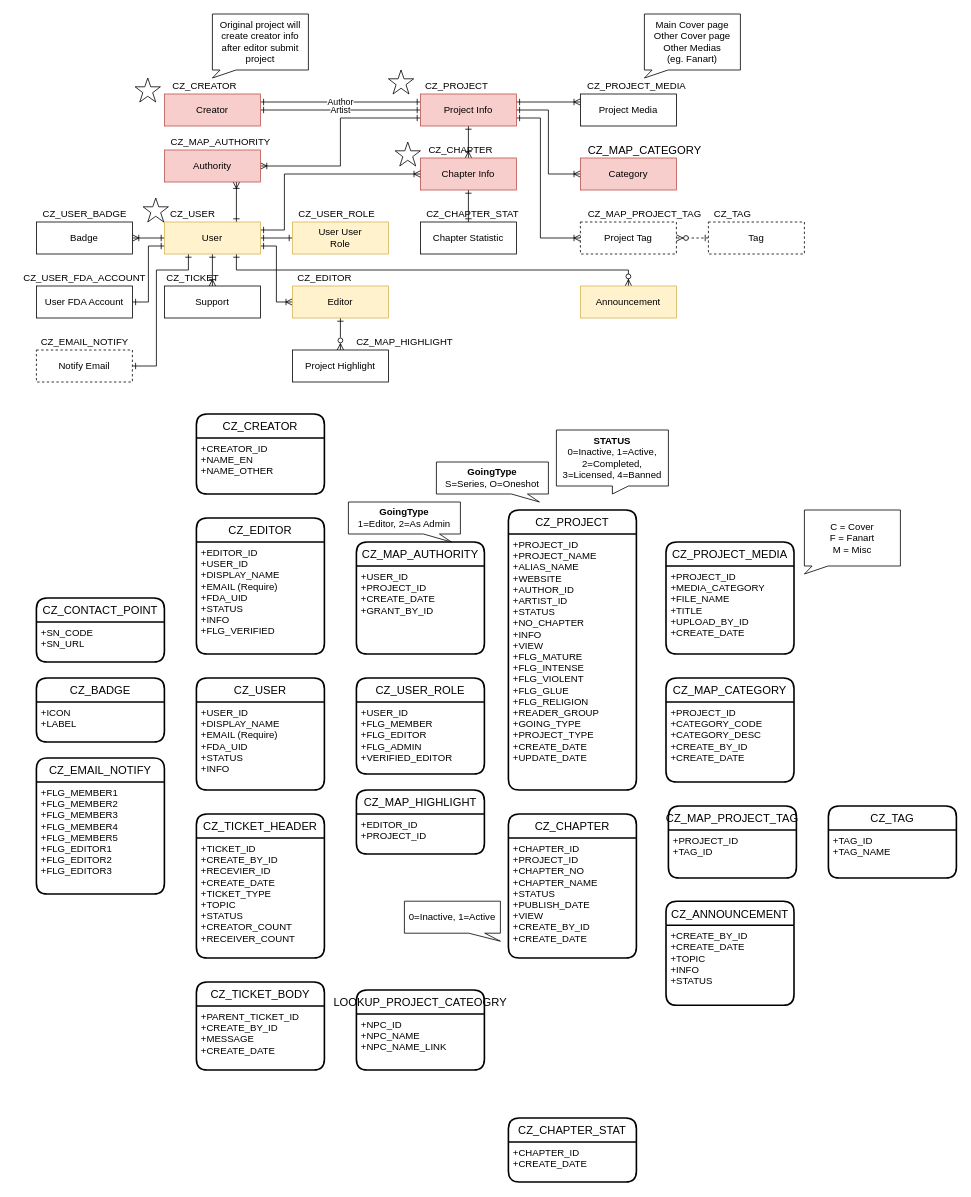
Before: page "ER" (4 of 5) of Untitled Diagram.drawio in clazclaz/demo_git, a draw.io diagram. Source tidied: cells renumbered, new cells numbered last; positions are measured from the earlier drawing's top-left corner, leaving out a move shared by most shapes. Both pictures are drawn from the tidied source at 80%, with x=0, y=0 at pixel (16, 14).
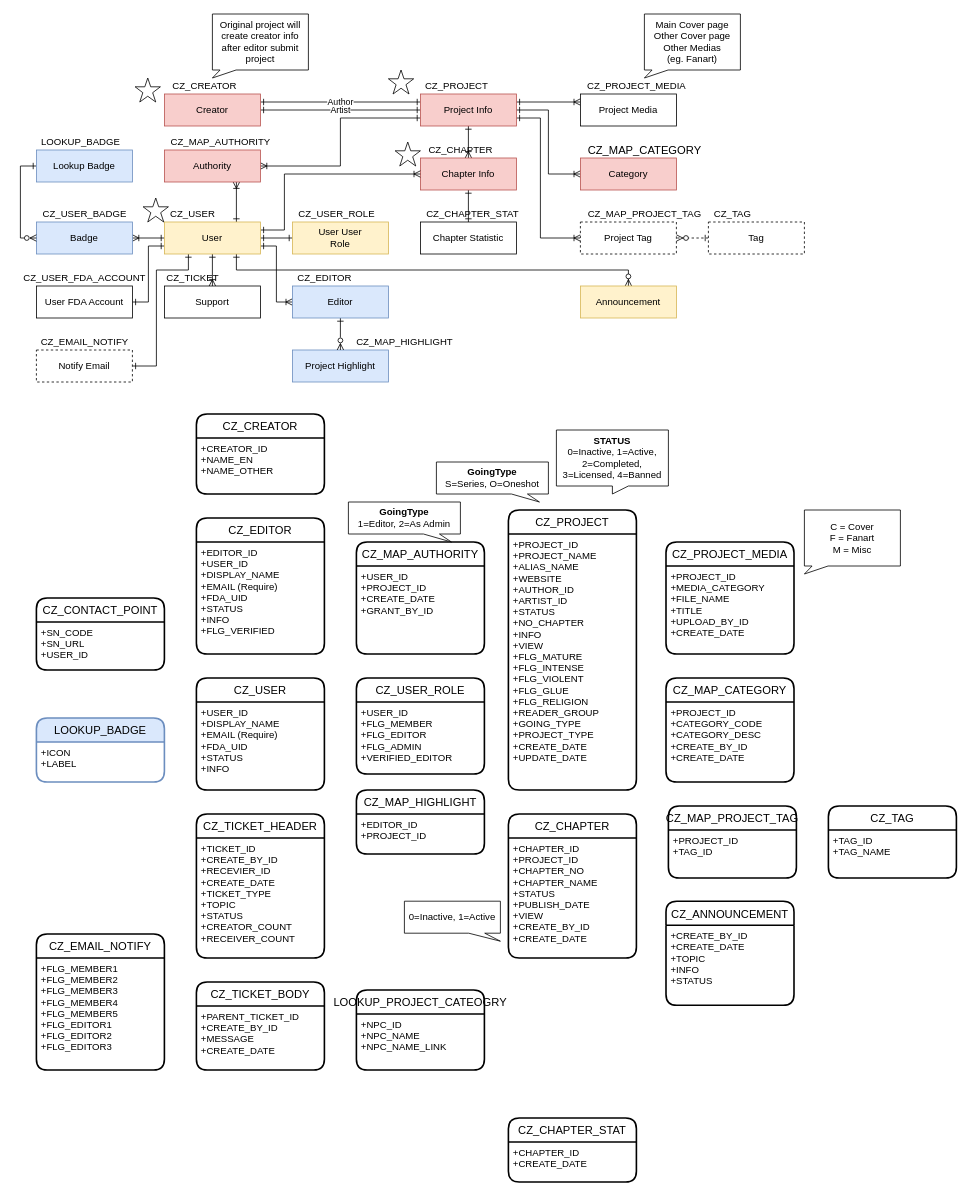
After the change.

Change to the diagram source:
```diff
@@
-    <mxCell id="30" value="Badge" style="rounded=0;whiteSpace=wrap;html=1;" parent="1" vertex="1">
+    <mxCell id="30" value="Badge" style="rounded=0;whiteSpace=wrap;html=1;fillColor=#dae8fc;strokeColor=#6c8ebf;" parent="1" vertex="1">
       <mxGeometry x="25" y="260" width="120" height="40" as="geometry" />
     </mxCell>
@@
-    <mxCell id="33" value="Project Highlight" style="rounded=0;whiteSpace=wrap;html=1;" parent="1" vertex="1">
+    <mxCell id="33" value="Project Highlight" style="rounded=0;whiteSpace=wrap;html=1;fillColor=#dae8fc;strokeColor=#6c8ebf;" parent="1" vertex="1">
       <mxGeometry x="345" y="420" width="120" height="40" as="geometry" />
     </mxCell>
@@
-    <mxCell id="43" value="CZ_BADGE" style="swimlane;horizontal=1;startSize=30;rounded=1;fontSize=14;fontStyle=0;strokeWidth=2;shadow=0;dashed=0;align=center;" parent="1" vertex="1">
-      <mxGeometry x="25" y="830" width="160" height="80" as="geometry" />
+    <mxCell id="43" value="LOOKUP_BADGE" style="swimlane;horizontal=1;startSize=30;rounded=1;fontSize=14;fontStyle=0;strokeWidth=2;shadow=0;dashed=0;align=center;fillColor=#dae8fc;strokeColor=#6c8ebf;" parent="1" vertex="1">
+      <mxGeometry x="25" y="880" width="160" height="80" as="geometry" />
     </mxCell>
@@
     <mxCell id="45" value="CZ_CONTACT_POINT" style="swimlane;horizontal=1;startSize=30;rounded=1;fontSize=14;fontStyle=0;strokeWidth=2;shadow=0;dashed=0;align=center;" parent="1" vertex="1">
-      <mxGeometry x="25" y="730" width="160" height="80" as="geometry" />
+      <mxGeometry x="25" y="730" width="160" height="90" as="geometry" />
     </mxCell>
-    <mxCell id="46" value="+SN_CODE&#10;+SN_URL" style="align=left;strokeColor=none;fillColor=none;spacingLeft=4;fontSize=12;verticalAlign=top;" parent="45" vertex="1">
-      <mxGeometry y="30" width="160" height="50" as="geometry" />
+    <mxCell id="46" value="+SN_CODE&#10;+SN_URL&#10;+USER_ID" style="align=left;strokeColor=none;fillColor=none;spacingLeft=4;fontSize=12;verticalAlign=top;" parent="45" vertex="1">
+      <mxGeometry y="30" width="160" height="60" as="geometry" />
     </mxCell>
@@
     <mxCell id="48" value="CZ_EMAIL_NOTIFY" style="swimlane;horizontal=1;startSize=30;rounded=1;fontSize=14;fontStyle=0;strokeWidth=2;shadow=0;dashed=0;align=center;" parent="1" vertex="1">
-      <mxGeometry x="25" y="930" width="160" height="170" as="geometry" />
+      <mxGeometry x="25" y="1150" width="160" height="170" as="geometry" />
     </mxCell>
@@
-    <mxCell id="99" value="Editor" style="rounded=0;whiteSpace=wrap;html=1;fillColor=#fff2cc;strokeColor=#d6b656;" parent="1" vertex="1">
+    <mxCell id="99" value="Editor" style="rounded=0;whiteSpace=wrap;html=1;fillColor=#dae8fc;strokeColor=#6c8ebf;" parent="1" vertex="1">
       <mxGeometry x="345" y="340" width="120" height="40" as="geometry" />
     </mxCell>
@@
+    <mxCell id="107" style="edgeStyle=orthogonalEdgeStyle;rounded=0;jettySize=auto;html=1;exitX=0;exitY=0.5;exitDx=0;exitDy=0;entryX=0;entryY=0.5;entryDx=0;entryDy=0;endArrow=ERzeroToMany;endFill=0;startArrow=ERone;startFill=0;" parent="1" edge="1" source="108" target="30">
+      <mxGeometry relative="1" as="geometry" />
+    </mxCell>
+    <mxCell id="108" value="Lookup Badge" style="rounded=0;whiteSpace=wrap;html=1;fillColor=#dae8fc;strokeColor=#6c8ebf;" parent="1" vertex="1">
+      <mxGeometry x="25" y="170" width="120" height="40" as="geometry" />
+    </mxCell>
+    <mxCell id="109" value="LOOKUP_BADGE" style="text;html=1;align=center;verticalAlign=middle;strokeColor=none;fillColor=none;" parent="1" vertex="1">
+      <mxGeometry x="25" y="150" width="110" height="20" as="geometry" />
+    </mxCell>
```
